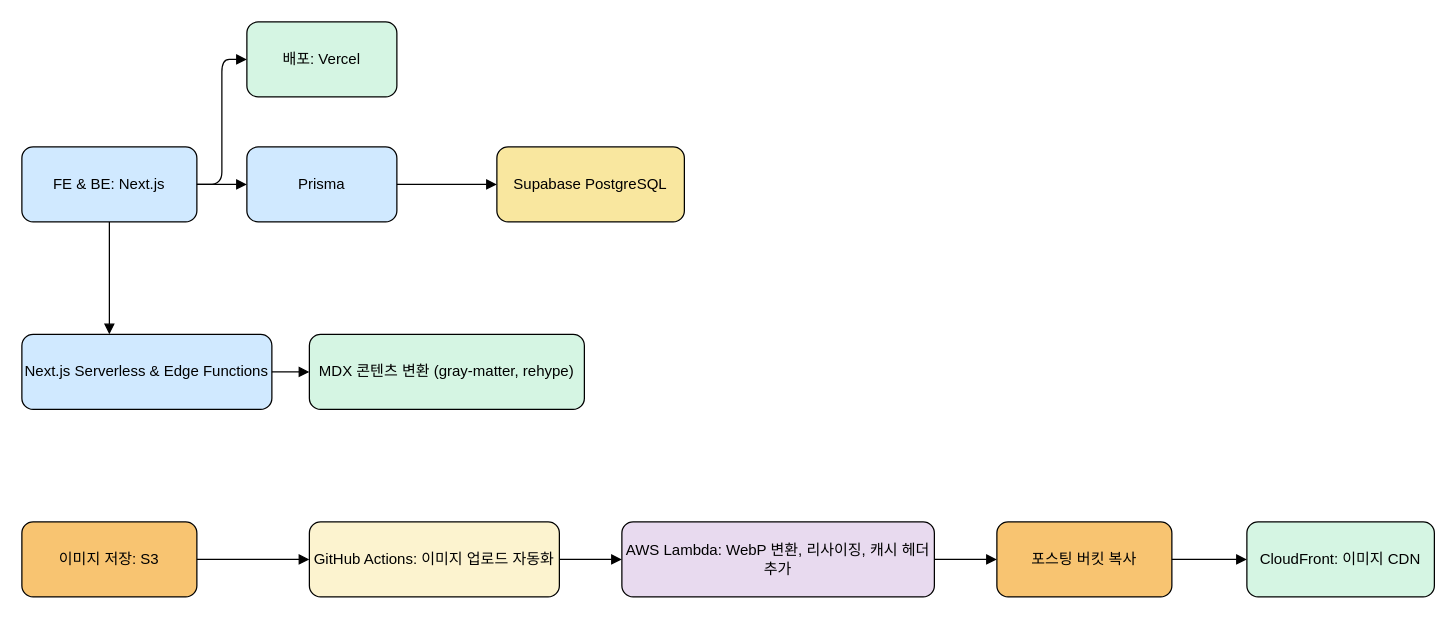
PROMLEE/OneDayBoj keeps this draw.io diagram as 제목 없는 다이어그램.drawio. Above is the earlier version. Source tidied: cells renumbered, new cells numbered last; positions are measured from the earlier drawing's top-left corner, leaving out a move shared by most shapes. Both pictures are drawn from the tidied source at 125%, with x=0, y=0 at pixel (21, 21).
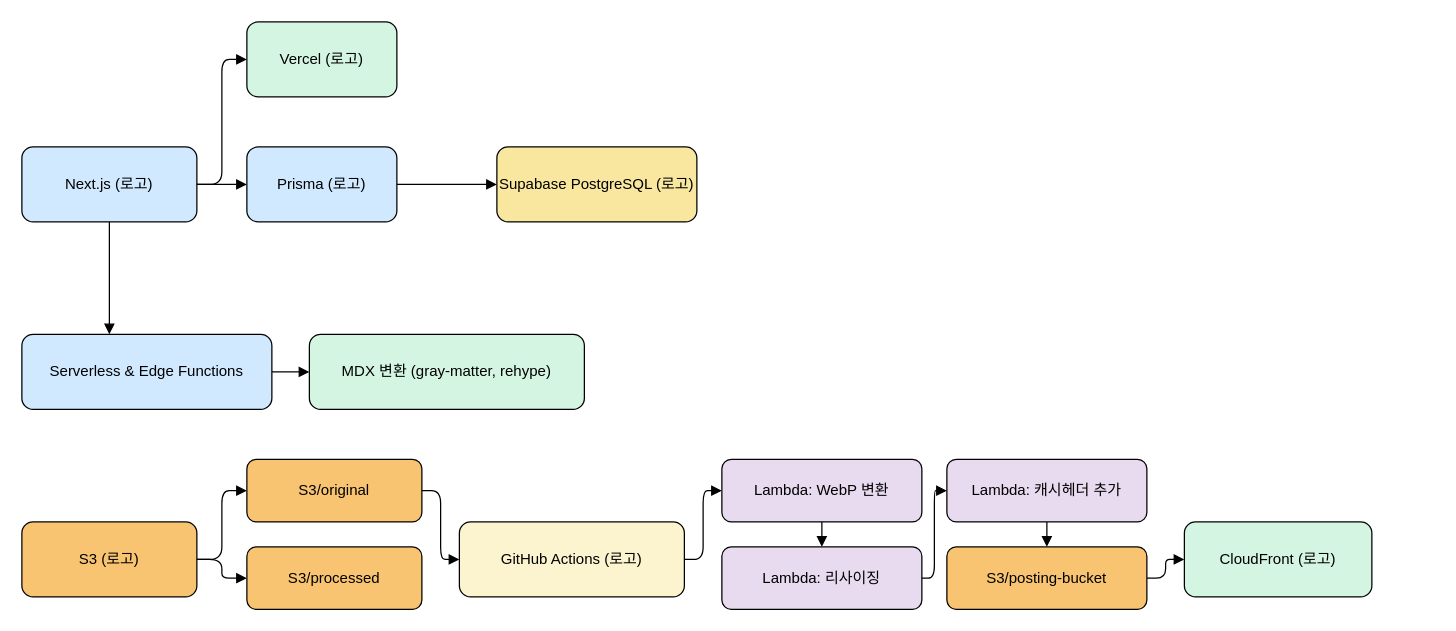
After the change.

Commit message (it also covers changes not shown here):
제목 없는 다이어그램.drawio 업데이트

Diff of the diagram source:
```diff
@@
-    <mxCell id="2" value="FE &amp; BE: Next.js" style="shape=rectangle;rounded=1;fillColor=#d0e9ff;whiteSpace=wrap;html=1;" parent="1" vertex="1">
+    <mxCell id="2" value="Next.js (로고)" style="shape=rectangle;rounded=1;fillColor=#d0e9ff;whiteSpace=wrap;html=1;" parent="1" vertex="1">
       <mxGeometry y="100" width="140" height="60" as="geometry" />
     </mxCell>
-    <mxCell id="3" value="배포: Vercel" style="shape=rectangle;rounded=1;fillColor=#d5f5e3;whiteSpace=wrap;html=1;" parent="1" vertex="1">
+    <mxCell id="3" value="Vercel (로고)" style="shape=rectangle;rounded=1;fillColor=#d5f5e3;whiteSpace=wrap;html=1;" parent="1" vertex="1">
       <mxGeometry x="180" width="120" height="60" as="geometry" />
     </mxCell>
-    <mxCell id="4" value="Prisma" style="shape=rectangle;rounded=1;fillColor=#d0e9ff;whiteSpace=wrap;html=1;" parent="1" vertex="1">
+    <mxCell id="4" value="Prisma (로고)" style="shape=rectangle;rounded=1;fillColor=#d0e9ff;whiteSpace=wrap;html=1;" parent="1" vertex="1">
       <mxGeometry x="180" y="100" width="120" height="60" as="geometry" />
     </mxCell>
-    <mxCell id="5" value="Supabase PostgreSQL" style="shape=rectangle;rounded=1;fillColor=#f9e79f;whiteSpace=wrap;html=1;" parent="1" vertex="1">
-      <mxGeometry x="380" y="100" width="150" height="60" as="geometry" />
+    <mxCell id="5" value="Supabase PostgreSQL (로고)" style="shape=rectangle;rounded=1;fillColor=#f9e79f;whiteSpace=wrap;html=1;" parent="1" vertex="1">
+      <mxGeometry x="380" y="100" width="160" height="60" as="geometry" />
     </mxCell>
-    <mxCell id="6" value="Next.js Serverless &amp; Edge Functions" style="shape=rectangle;rounded=1;fillColor=#d0e9ff;whiteSpace=wrap;html=1;" parent="1" vertex="1">
+    <mxCell id="6" value="Serverless &amp; Edge Functions" style="shape=rectangle;rounded=1;fillColor=#d0e9ff;whiteSpace=wrap;html=1;" parent="1" vertex="1">
       <mxGeometry y="250" width="200" height="60" as="geometry" />
     </mxCell>
-    <mxCell id="7" value="MDX 콘텐츠 변환 (gray-matter, rehype)" style="shape=rectangle;rounded=1;fillColor=#d5f5e3;whiteSpace=wrap;html=1;" parent="1" vertex="1">
+    <mxCell id="7" value="MDX 변환 (gray-matter, rehype)" style="shape=rectangle;rounded=1;fillColor=#d5f5e3;whiteSpace=wrap;html=1;" parent="1" vertex="1">
       <mxGeometry x="230" y="250" width="220" height="60" as="geometry" />
     </mxCell>
-    <mxCell id="8" value="이미지 저장: S3" style="shape=rectangle;rounded=1;fillColor=#f8c471;whiteSpace=wrap;html=1;" parent="1" vertex="1">
+    <mxCell id="8" value="S3 (로고)" style="shape=rectangle;rounded=1;fillColor=#f8c471;whiteSpace=wrap;html=1;" parent="1" vertex="1">
       <mxGeometry y="400" width="140" height="60" as="geometry" />
     </mxCell>
-    <mxCell id="9" value="GitHub Actions: 이미지 업로드 자동화" style="shape=rectangle;rounded=1;fillColor=#fcf3cf;whiteSpace=wrap;html=1;" parent="1" vertex="1">
-      <mxGeometry x="230" y="400" width="200" height="60" as="geometry" />
+    <mxCell id="9" value="S3/original" style="shape=rectangle;rounded=1;fillColor=#f8c471;whiteSpace=wrap;html=1;" parent="1" vertex="1">
+      <mxGeometry x="180" y="350" width="140" height="50" as="geometry" />
     </mxCell>
-    <mxCell id="10" value="AWS Lambda: WebP 변환, 리사이징, 캐시 헤더 추가" style="shape=rectangle;rounded=1;fillColor=#e8daef;whiteSpace=wrap;html=1;" parent="1" vertex="1">
-      <mxGeometry x="480" y="400" width="250" height="60" as="geometry" />
+    <mxCell id="10" value="S3/processed" style="shape=rectangle;rounded=1;fillColor=#f8c471;whiteSpace=wrap;html=1;" parent="1" vertex="1">
+      <mxGeometry x="180" y="420" width="140" height="50" as="geometry" />
     </mxCell>
-    <mxCell id="11" value="포스팅 버킷 복사" style="shape=rectangle;rounded=1;fillColor=#f8c471;whiteSpace=wrap;html=1;" parent="1" vertex="1">
-      <mxGeometry x="780" y="400" width="140" height="60" as="geometry" />
+    <mxCell id="11" value="GitHub Actions (로고)" style="shape=rectangle;rounded=1;fillColor=#fcf3cf;whiteSpace=wrap;html=1;" parent="1" vertex="1">
+      <mxGeometry x="350" y="400" width="180" height="60" as="geometry" />
     </mxCell>
-    <mxCell id="12" value="CloudFront: 이미지 CDN" style="shape=rectangle;rounded=1;fillColor=#d5f5e3;whiteSpace=wrap;html=1;" parent="1" vertex="1">
-      <mxGeometry x="980" y="400" width="150" height="60" as="geometry" />
+    <mxCell id="12" value="Lambda: WebP 변환" style="shape=rectangle;rounded=1;fillColor=#e8daef;whiteSpace=wrap;html=1;" parent="1" vertex="1">
+      <mxGeometry x="560" y="350" width="160" height="50" as="geometry" />
     </mxCell>
-    <mxCell id="13" style="edgeStyle=elbowEdgeStyle;rounded=1;html=1;endArrow=block;" parent="1" edge="1" source="2" target="3">
-      <mxGeometry relative="1" as="geometry" />
+    <mxCell id="13" value="Lambda: 리사이징" style="shape=rectangle;rounded=1;fillColor=#e8daef;whiteSpace=wrap;html=1;" parent="1" vertex="1">
+      <mxGeometry x="560" y="420" width="160" height="50" as="geometry" />
     </mxCell>
-    <mxCell id="14" style="edgeStyle=elbowEdgeStyle;rounded=1;html=1;endArrow=block;" parent="1" edge="1" source="2" target="4">
-      <mxGeometry relative="1" as="geometry" />
+    <mxCell id="14" value="Lambda: 캐시헤더 추가" style="shape=rectangle;rounded=1;fillColor=#e8daef;whiteSpace=wrap;html=1;" parent="1" vertex="1">
+      <mxGeometry x="740" y="350" width="160" height="50" as="geometry" />
     </mxCell>
-    <mxCell id="15" style="edgeStyle=elbowEdgeStyle;rounded=1;html=1;endArrow=block;" parent="1" edge="1" source="4" target="5">
-      <mxGeometry relative="1" as="geometry" />
+    <mxCell id="15" value="S3/posting-bucket" style="shape=rectangle;rounded=1;fillColor=#f8c471;whiteSpace=wrap;html=1;" parent="1" vertex="1">
+      <mxGeometry x="740" y="420" width="160" height="50" as="geometry" />
     </mxCell>
-    <mxCell id="16" style="edgeStyle=elbowEdgeStyle;rounded=1;html=1;endArrow=block;" parent="1" edge="1" source="2" target="6">
-      <mxGeometry relative="1" as="geometry" />
+    <mxCell id="16" value="CloudFront (로고)" style="shape=rectangle;rounded=1;fillColor=#d5f5e3;whiteSpace=wrap;html=1;" parent="1" vertex="1">
+      <mxGeometry x="930" y="400" width="150" height="60" as="geometry" />
     </mxCell>
-    <mxCell id="17" style="edgeStyle=elbowEdgeStyle;rounded=1;html=1;endArrow=block;" parent="1" edge="1" source="6" target="7">
+    <mxCell id="17" style="edgeStyle=elbowEdgeStyle;rounded=1;html=1;endArrow=block;" parent="1" edge="1" source="2" target="3">
       <mxGeometry relative="1" as="geometry" />
     </mxCell>
-    <mxCell id="18" style="edgeStyle=elbowEdgeStyle;rounded=1;html=1;endArrow=block;" parent="1" edge="1" source="8" target="9">
+    <mxCell id="18" style="edgeStyle=elbowEdgeStyle;rounded=1;html=1;endArrow=block;" parent="1" edge="1" source="2" target="4">
       <mxGeometry relative="1" as="geometry" />
     </mxCell>
-    <mxCell id="19" style="edgeStyle=elbowEdgeStyle;rounded=1;html=1;endArrow=block;" parent="1" edge="1" source="9" target="10">
+    <mxCell id="19" style="edgeStyle=elbowEdgeStyle;rounded=1;html=1;endArrow=block;" parent="1" edge="1" source="4" target="5">
       <mxGeometry relative="1" as="geometry" />
     </mxCell>
-    <mxCell id="20" style="edgeStyle=elbowEdgeStyle;rounded=1;html=1;endArrow=block;" parent="1" edge="1" source="10" target="11">
+    <mxCell id="20" style="edgeStyle=elbowEdgeStyle;rounded=1;html=1;endArrow=block;" parent="1" edge="1" source="2" target="6">
       <mxGeometry relative="1" as="geometry" />
     </mxCell>
-    <mxCell id="21" style="edgeStyle=elbowEdgeStyle;rounded=1;html=1;endArrow=block;" parent="1" edge="1" source="11" target="12">
+    <mxCell id="21" style="edgeStyle=elbowEdgeStyle;rounded=1;html=1;endArrow=block;" parent="1" edge="1" source="6" target="7">
       <mxGeometry relative="1" as="geometry" />
     </mxCell>
+    <mxCell id="22" style="edgeStyle=elbowEdgeStyle;rounded=1;html=1;endArrow=block;" parent="1" edge="1" source="8" target="9">
+      <mxGeometry relative="1" as="geometry" />
+    </mxCell>
+    <mxCell id="23" style="edgeStyle=elbowEdgeStyle;rounded=1;html=1;endArrow=block;" parent="1" edge="1" source="8" target="10">
+      <mxGeometry relative="1" as="geometry" />
+    </mxCell>
+    <mxCell id="24" style="edgeStyle=elbowEdgeStyle;rounded=1;html=1;endArrow=block;" parent="1" edge="1" source="9" target="11">
+      <mxGeometry relative="1" as="geometry" />
+    </mxCell>
+    <mxCell id="25" style="edgeStyle=elbowEdgeStyle;rounded=1;html=1;endArrow=block;" parent="1" edge="1" source="11" target="12">
+      <mxGeometry relative="1" as="geometry" />
+    </mxCell>
+    <mxCell id="26" style="edgeStyle=elbowEdgeStyle;rounded=1;html=1;endArrow=block;" parent="1" edge="1" source="12" target="13">
+      <mxGeometry relative="1" as="geometry" />
+    </mxCell>
+    <mxCell id="27" style="edgeStyle=elbowEdgeStyle;rounded=1;html=1;endArrow=block;" parent="1" edge="1" source="13" target="14">
+      <mxGeometry relative="1" as="geometry" />
+    </mxCell>
+    <mxCell id="28" style="edgeStyle=elbowEdgeStyle;rounded=1;html=1;endArrow=block;" parent="1" edge="1" source="14" target="15">
+      <mxGeometry relative="1" as="geometry" />
+    </mxCell>
+    <mxCell id="29" style="edgeStyle=elbowEdgeStyle;rounded=1;html=1;endArrow=block;" parent="1" edge="1" source="15" target="16">
+      <mxGeometry relative="1" as="geometry" />
+    </mxCell>
```
